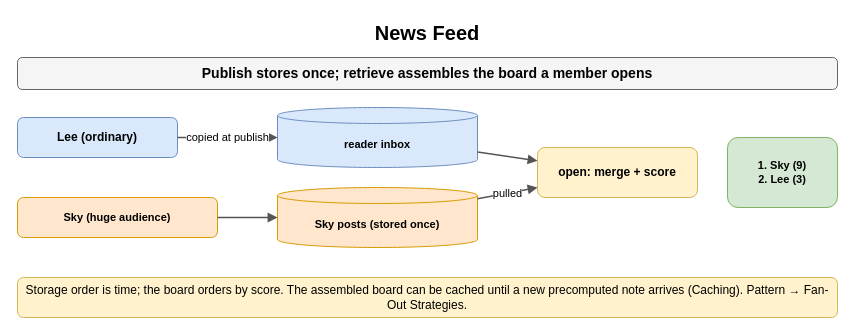
Earlier version of the draw.io diagram page "News Feed" (3 of 9) of content/09_System_Design_Interview/24_Classic_Design_Problems/diagrams/classic-problems.drawio (amendez13/swe-study-guide). Source tidied: cells renumbered, new cells numbered last; positions are measured from the earlier drawing's top-left corner, leaving out a move shared by most shapes. Both pictures are drawn from the tidied source at 100%, with x=0, y=0 at pixel (17, 17).
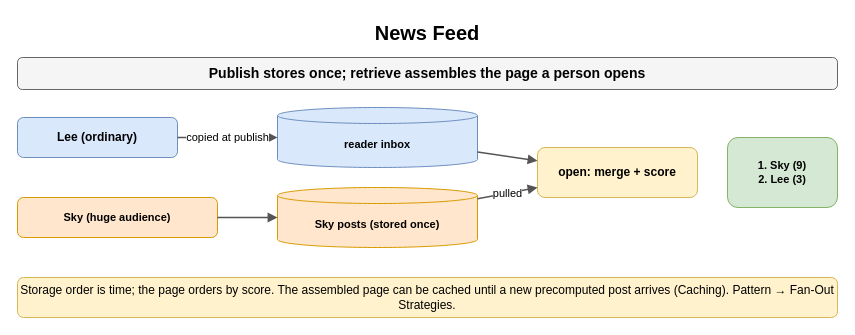
The same page after the edit.

The edit, as a diff of the source:
```diff
@@
 <mxGraphModel>
   <root>
     <mxCell id="0" />
     <mxCell id="1" parent="0" />
     <mxCell id="2" value="News Feed" style="text;html=1;align=center;verticalAlign=middle;whiteSpace=wrap;fontSize=20;fontStyle=1;" parent="1" vertex="1">
       <mxGeometry width="820" height="30" as="geometry" />
     </mxCell>
-    <mxCell id="3" value="Publish stores once; retrieve assembles the board a member opens" style="rounded=1;whiteSpace=wrap;html=1;fillColor=#f5f5f5;strokeColor=#666666;fontStyle=1;fontSize=14;" parent="1" vertex="1">
+    <mxCell id="3" value="Publish stores once; retrieve assembles the page a person opens" style="rounded=1;whiteSpace=wrap;html=1;fillColor=#f5f5f5;strokeColor=#666666;fontStyle=1;fontSize=14;" parent="1" vertex="1">
       <mxGeometry y="40" width="820" height="32" as="geometry" />
     </mxCell>
     <mxCell id="4" value="Lee (ordinary)" style="rounded=1;whiteSpace=wrap;html=1;fillColor=#dae8fc;strokeColor=#6c8ebf;fontSize=12;align=center;fontStyle=1;" parent="1" vertex="1">
       <mxGeometry y="100" width="160" height="40" as="geometry" />
     </mxCell>
     <mxCell id="5" value="Sky (huge audience)" style="rounded=1;whiteSpace=wrap;html=1;fillColor=#ffe6cc;strokeColor=#d79b00;fontSize=11;align=center;fontStyle=1;" parent="1" vertex="1">
       <mxGeometry y="180" width="200" height="40" as="geometry" />
     </mxCell>
     <mxCell id="6" value="reader inbox" style="shape=cylinder3;whiteSpace=wrap;html=1;boundedLbl=1;backgroundOutline=1;size=8;fillColor=#dae8fc;strokeColor=#6c8ebf;fontStyle=1;fontSize=11;" parent="1" vertex="1">
       <mxGeometry x="260" y="90" width="200" height="60" as="geometry" />
     </mxCell>
     <mxCell id="7" value="Sky posts (stored once)" style="shape=cylinder3;whiteSpace=wrap;html=1;boundedLbl=1;backgroundOutline=1;size=8;fillColor=#ffe6cc;strokeColor=#d79b00;fontStyle=1;fontSize=11;" parent="1" vertex="1">
       <mxGeometry x="260" y="170" width="200" height="60" as="geometry" />
     </mxCell>
     <mxCell id="8" value="copied at publish" style="endArrow=block;endSize=6;html=1;strokeWidth=1.5;strokeColor=#555555;fontSize=11;labelBackgroundColor=#ffffff;" parent="1" edge="1" source="4" target="6">
       <mxGeometry relative="1" as="geometry" />
     </mxCell>
     <mxCell id="9" style="endArrow=block;endSize=6;html=1;strokeWidth=1.5;strokeColor=#555555;fontSize=11;labelBackgroundColor=#ffffff;" parent="1" edge="1" source="5" target="7">
       <mxGeometry relative="1" as="geometry" />
     </mxCell>
     <mxCell id="10" value="open: merge + score" style="rounded=1;whiteSpace=wrap;html=1;fillColor=#fff2cc;strokeColor=#d6b656;fontSize=12;align=center;fontStyle=1;" parent="1" vertex="1">
       <mxGeometry x="520" y="130" width="160" height="50" as="geometry" />
     </mxCell>
     <mxCell id="11" style="endArrow=block;endSize=6;html=1;strokeWidth=1.5;strokeColor=#555555;fontSize=11;labelBackgroundColor=#ffffff;" parent="1" edge="1" source="6" target="10">
       <mxGeometry relative="1" as="geometry" />
     </mxCell>
     <mxCell id="12" value="pulled" style="endArrow=block;endSize=6;html=1;strokeWidth=1.5;strokeColor=#555555;fontSize=11;labelBackgroundColor=#ffffff;" parent="1" edge="1" source="7" target="10">
       <mxGeometry relative="1" as="geometry" />
     </mxCell>
     <mxCell id="13" value="1. Sky (9)&lt;br&gt;2. Lee (3)" style="rounded=1;whiteSpace=wrap;html=1;fillColor=#d5e8d4;strokeColor=#82b366;fontSize=11;align=center;fontStyle=1;" parent="1" vertex="1">
       <mxGeometry x="710" y="120" width="110" height="70" as="geometry" />
     </mxCell>
-    <mxCell id="14" value="Storage order is time; the board orders by score. The assembled board can be cached until a new precomputed note arrives (Caching). Pattern → Fan-Out Strategies." style="rounded=1;whiteSpace=wrap;html=1;fillColor=#fff2cc;strokeColor=#d6b656;fontSize=12;align=center;" parent="1" vertex="1">
+    <mxCell id="14" value="Storage order is time; the page orders by score. The assembled page can be cached until a new precomputed post arrives (Caching). Pattern → Fan-Out Strategies." style="rounded=1;whiteSpace=wrap;html=1;fillColor=#fff2cc;strokeColor=#d6b656;fontSize=12;align=center;" parent="1" vertex="1">
       <mxGeometry y="260" width="820" height="40" as="geometry" />
     </mxCell>
   </root>
 </mxGraphModel>
```
